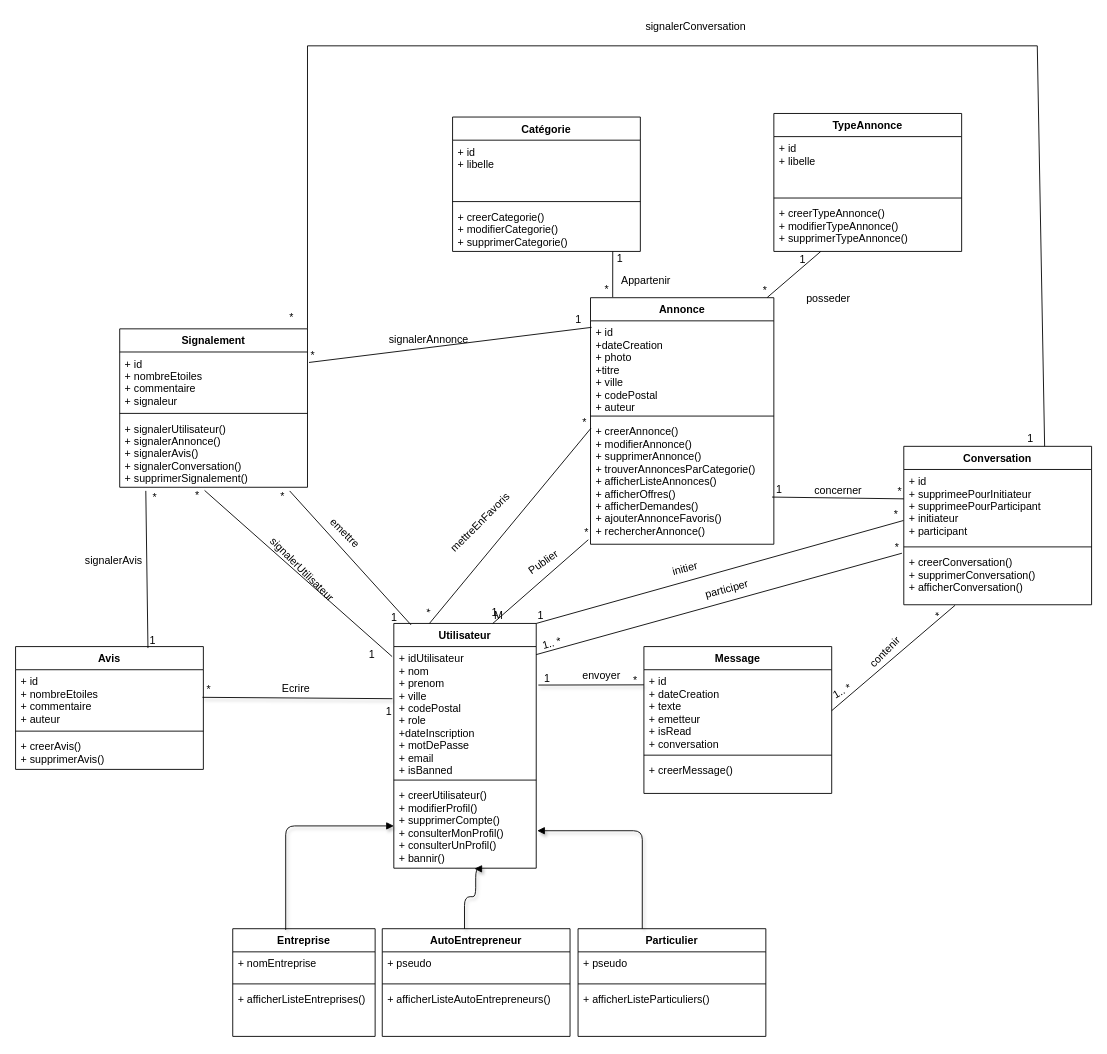
Above: class_diagram.dio in mayados/do4u (draw.io), before the change. Source tidied: cells renumbered, new cells numbered last; positions are measured from the earlier drawing's top-left corner, leaving out a move shared by most shapes. Both pictures are drawn from the tidied source at 89%, with x=0, y=0 at pixel (15, 15).
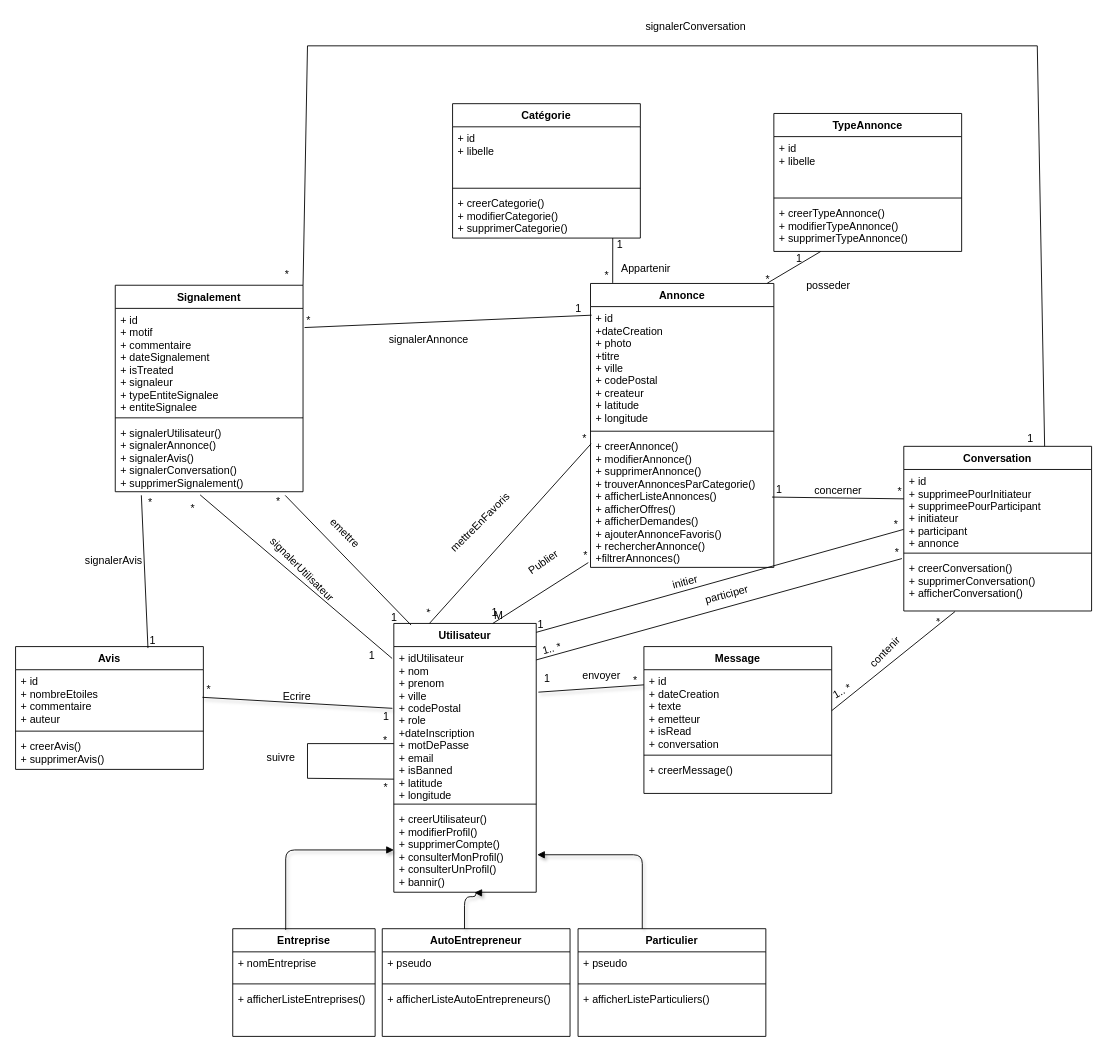
Above is the later version.

Commit message:
correct class diagramm and add elements

The change refers to these unchanged cells:
```xml
<mxCell id="49" style="endArrow=none;html=1;rounded=0;align=center;verticalAlign=top;endFill=0;labelBackgroundColor=none;shadow=1;sketch=0;strokeColor=#000000;entryX=-0.01;entryY=0.401;entryDx=0;entryDy=0;entryPerimeter=0;" parent="1" edge="1" target="3">
  <mxGeometry relative="1" as="geometry">
    <mxPoint x="210" y="766" as="sourcePoint" />
  </mxGeometry>
</mxCell>
<mxCell id="72" style="endArrow=none;html=1;rounded=0;strokeColor=#000000;fontColor=#000000;exitX=0.964;exitY=-0.001;exitDx=0;exitDy=0;exitPerimeter=0;entryX=0.25;entryY=1;entryDx=0;entryDy=0;" parent="1" edge="1" source="6" target="38">
  <mxGeometry relative="1" as="geometry" />
</mxCell>
<mxCell id="100" style="endArrow=none;html=1;rounded=0;strokeColor=#000000;fontColor=#000000;entryX=-0.012;entryY=0.077;entryDx=0;entryDy=0;entryPerimeter=0;exitX=0.452;exitY=1.045;exitDx=0;exitDy=0;exitPerimeter=0;" parent="1" edge="1" source="37" target="3">
  <mxGeometry relative="1" as="geometry" />
</mxCell>
```

The edit, as a diff of the source:
```diff
@@
     <mxCell id="2" value="Utilisateur&#10;" style="swimlane;fontStyle=1;align=center;verticalAlign=top;horizontal=1;startSize=26;strokeColor=#000000;" parent="1" vertex="1">
-      <mxGeometry x="425" y="683" width="160" height="275" as="geometry" />
+      <mxGeometry x="425" y="683" width="160" height="302" as="geometry" />
     </mxCell>
-    <mxCell id="3" value="+ idUtilisateur&#10;+ nom&#10;+ prenom&#10;+ ville&#10;+ codePostal&#10;+ role&#10;+dateInscription&#10;+ motDePasse&#10;+ email&#10;+ isBanned" style="text;strokeColor=none;fillColor=none;align=left;verticalAlign=top;spacingLeft=4;spacingRight=4;overflow=hidden;points=[[0,0.5],[1,0.5]];portConstraint=eastwest;fontColor=#000000;" parent="2" vertex="1">
-      <mxGeometry y="26" width="160" height="146" as="geometry" />
+    <mxCell id="3" value="+ idUtilisateur&#10;+ nom&#10;+ prenom&#10;+ ville&#10;+ codePostal&#10;+ role&#10;+dateInscription&#10;+ motDePasse&#10;+ email&#10;+ isBanned&#10;+ latitude&#10;+ longitude" style="text;strokeColor=none;fillColor=none;align=left;verticalAlign=top;spacingLeft=4;spacingRight=4;overflow=hidden;points=[[0,0.5],[1,0.5]];portConstraint=eastwest;fontColor=#000000;" parent="2" vertex="1">
+      <mxGeometry y="26" width="160" height="173" as="geometry" />
     </mxCell>
     <mxCell id="4" style="line;strokeWidth=1;fillColor=none;align=left;verticalAlign=middle;spacingTop=-1;spacingLeft=3;spacingRight=3;labelPosition=right;strokeColor=inherit;" parent="2" vertex="1">
-      <mxGeometry y="172" width="160" height="8" as="geometry" />
+      <mxGeometry y="199" width="160" height="8" as="geometry" />
     </mxCell>
     <mxCell id="5" value="+ creerUtilisateur()&#10;+ modifierProfil()&#10;+ supprimerCompte()&#10;+ consulterMonProfil()&#10;+ consulterUnProfil()&#10;+ bannir()" style="text;strokeColor=none;fillColor=none;align=left;verticalAlign=top;spacingLeft=4;spacingRight=4;overflow=hidden;points=[[0,0.5],[1,0.5]];portConstraint=eastwest;fontColor=#000000;" parent="2" vertex="1">
-      <mxGeometry y="180" width="160" height="95" as="geometry" />
+      <mxGeometry y="207" width="160" height="95" as="geometry" />
     </mxCell>
     <mxCell id="6" value="Annonce" style="swimlane;fontStyle=1;align=center;verticalAlign=top;horizontal=1;startSize=26;strokeColor=#000000;" parent="1" vertex="1">
-      <mxGeometry x="646" y="317" width="206" height="277" as="geometry" />
+      <mxGeometry x="646" y="301" width="206" height="319" as="geometry" />
     </mxCell>
-    <mxCell id="7" value="+ id&#10;+dateCreation&#10;+ photo&#10;+titre&#10;+ ville&#10;+ codePostal&#10;+ auteur&#10;" style="text;strokeColor=none;fillColor=none;align=left;verticalAlign=top;spacingLeft=4;spacingRight=4;overflow=hidden;points=[[0,0.5],[1,0.5]];portConstraint=eastwest;fontColor=#000000;" parent="6" vertex="1">
-      <mxGeometry y="26" width="206" height="103" as="geometry" />
+    <mxCell id="7" value="+ id&#10;+dateCreation&#10;+ photo&#10;+titre&#10;+ ville&#10;+ codePostal&#10;+ createur&#10;+ latitude&#10;+ longitude&#10;" style="text;strokeColor=none;fillColor=none;align=left;verticalAlign=top;spacingLeft=4;spacingRight=4;overflow=hidden;points=[[0,0.5],[1,0.5]];portConstraint=eastwest;fontColor=#000000;" parent="6" vertex="1">
+      <mxGeometry y="26" width="206" height="136" as="geometry" />
     </mxCell>
     <mxCell id="8" style="line;strokeWidth=1;fillColor=none;align=left;verticalAlign=middle;spacingTop=-1;spacingLeft=3;spacingRight=3;labelPosition=right;strokeColor=inherit;" parent="6" vertex="1">
-      <mxGeometry y="129" width="206" height="8" as="geometry" />
+      <mxGeometry y="162" width="206" height="8" as="geometry" />
     </mxCell>
-    <mxCell id="9" value="+ creerAnnonce()&#10;+ modifierAnnonce()&#10;+ supprimerAnnonce()&#10;+ trouverAnnoncesParCategorie()&#10;+ afficherListeAnnonces()&#10;+ afficherOffres()&#10;+ afficherDemandes()&#10;+ ajouterAnnonceFavoris()&#10;+ rechercherAnnonce()" style="text;strokeColor=none;fillColor=none;align=left;verticalAlign=top;spacingLeft=4;spacingRight=4;overflow=hidden;points=[[0,0.5],[1,0.5]];portConstraint=eastwest;fontColor=#000000;" parent="6" vertex="1">
-      <mxGeometry y="137" width="206" height="140" as="geometry" />
+    <mxCell id="9" value="+ creerAnnonce()&#10;+ modifierAnnonce()&#10;+ supprimerAnnonce()&#10;+ trouverAnnoncesParCategorie()&#10;+ afficherListeAnnonces()&#10;+ afficherOffres()&#10;+ afficherDemandes()&#10;+ ajouterAnnonceFavoris()&#10;+ rechercherAnnonce()&#10;+filtrerAnnonces()" style="text;strokeColor=none;fillColor=none;align=left;verticalAlign=top;spacingLeft=4;spacingRight=4;overflow=hidden;points=[[0,0.5],[1,0.5]];portConstraint=eastwest;fontColor=#000000;" parent="6" vertex="1">
+      <mxGeometry y="170" width="206" height="149" as="geometry" />
     </mxCell>
@@
     <mxCell id="26" value="Conversation" style="swimlane;fontStyle=1;align=center;verticalAlign=top;horizontal=1;startSize=26;strokeColor=#000000;" parent="1" vertex="1">
-      <mxGeometry x="998" y="484" width="211" height="178" as="geometry" />
+      <mxGeometry x="998" y="484" width="211" height="185" as="geometry" />
     </mxCell>
-    <mxCell id="27" value="+ id&#10;+ supprimeePourInitiateur&#10;+ supprimeePourParticipant&#10;+ initiateur&#10;+ participant" style="text;strokeColor=none;fillColor=none;align=left;verticalAlign=top;spacingLeft=4;spacingRight=4;overflow=hidden;points=[[0,0.5],[1,0.5]];portConstraint=eastwest;fontColor=#000000;" parent="26" vertex="1">
-      <mxGeometry y="26" width="211" height="83" as="geometry" />
+    <mxCell id="27" value="+ id&#10;+ supprimeePourInitiateur&#10;+ supprimeePourParticipant&#10;+ initiateur&#10;+ participant&#10;+ annonce" style="text;strokeColor=none;fillColor=none;align=left;verticalAlign=top;spacingLeft=4;spacingRight=4;overflow=hidden;points=[[0,0.5],[1,0.5]];portConstraint=eastwest;fontColor=#000000;" parent="26" vertex="1">
+      <mxGeometry y="26" width="211" height="90" as="geometry" />
     </mxCell>
     <mxCell id="28" style="line;strokeWidth=1;fillColor=none;align=left;verticalAlign=middle;spacingTop=-1;spacingLeft=3;spacingRight=3;labelPosition=right;strokeColor=inherit;" parent="26" vertex="1">
-      <mxGeometry y="109" width="211" height="8" as="geometry" />
+      <mxGeometry y="116" width="211" height="8" as="geometry" />
     </mxCell>
     <mxCell id="29" value="+ creerConversation()&#10;+ supprimerConversation()&#10;+ afficherConversation()" style="text;strokeColor=none;fillColor=none;align=left;verticalAlign=top;spacingLeft=4;spacingRight=4;overflow=hidden;points=[[0,0.5],[1,0.5]];portConstraint=eastwest;fontColor=#000000;" parent="26" vertex="1">
-      <mxGeometry y="117" width="211" height="61" as="geometry" />
+      <mxGeometry y="124" width="211" height="61" as="geometry" />
     </mxCell>
@@
     <mxCell id="34" value="Signalement" style="swimlane;fontStyle=1;align=center;verticalAlign=top;horizontal=1;startSize=26;strokeColor=#000000;" parent="1" vertex="1">
-      <mxGeometry x="117" y="352" width="211" height="178" as="geometry" />
+      <mxGeometry x="112" y="303" width="211" height="232" as="geometry" />
     </mxCell>
-    <mxCell id="35" value="+ id&#10;+ nombreEtoiles&#10;+ commentaire&#10;+ signaleur" style="text;strokeColor=none;fillColor=none;align=left;verticalAlign=top;spacingLeft=4;spacingRight=4;overflow=hidden;points=[[0,0.5],[1,0.5]];portConstraint=eastwest;fontColor=#000000;" parent="34" vertex="1">
-      <mxGeometry y="26" width="211" height="65" as="geometry" />
+    <mxCell id="35" value="+ id&#10;+ motif&#10;+ commentaire&#10;+ dateSignalement&#10;+ isTreated&#10;+ signaleur&#10;+ typeEntiteSignalee&#10;+ entiteSignalee&#10;" style="text;strokeColor=none;fillColor=none;align=left;verticalAlign=top;spacingLeft=4;spacingRight=4;overflow=hidden;points=[[0,0.5],[1,0.5]];portConstraint=eastwest;fontColor=#000000;" parent="34" vertex="1">
+      <mxGeometry y="26" width="211" height="119" as="geometry" />
     </mxCell>
     <mxCell id="36" style="line;strokeWidth=1;fillColor=none;align=left;verticalAlign=middle;spacingTop=-1;spacingLeft=3;spacingRight=3;labelPosition=right;strokeColor=inherit;" parent="34" vertex="1">
-      <mxGeometry y="91" width="211" height="8" as="geometry" />
+      <mxGeometry y="145" width="211" height="8" as="geometry" />
     </mxCell>
     <mxCell id="37" value="+ signalerUtilisateur()&#10;+ signalerAnnonce()&#10;+ signalerAvis()&#10;+ signalerConversation()&#10;+ supprimerSignalement()" style="text;strokeColor=none;fillColor=none;align=left;verticalAlign=top;spacingLeft=4;spacingRight=4;overflow=hidden;points=[[0,0.5],[1,0.5]];portConstraint=eastwest;fontColor=#000000;" parent="34" vertex="1">
-      <mxGeometry y="99" width="211" height="79" as="geometry" />
+      <mxGeometry y="153" width="211" height="79" as="geometry" />
     </mxCell>
@@
     <mxCell id="42" value="Catégorie" style="swimlane;fontStyle=1;align=center;verticalAlign=top;horizontal=1;startSize=26;strokeColor=#000000;" parent="1" vertex="1">
-      <mxGeometry x="491" y="114" width="211" height="151" as="geometry" />
+      <mxGeometry x="491" y="99" width="211" height="151" as="geometry" />
     </mxCell>
@@
     <mxCell id="53" value="&lt;font color=&quot;#000000&quot;&gt;1&lt;/font&gt;" style="html=1;align=right;verticalAlign=top;labelBackgroundColor=none;" parent="49" vertex="1">
-      <mxGeometry x="1" relative="1" as="geometry" />
+      <mxGeometry x="1" relative="1" as="geometry">
+        <mxPoint x="-4" y="-4" as="offset" />
+      </mxGeometry>
     </mxCell>
@@
     <mxCell id="71" value="Appartenir" style="text;html=1;align=center;verticalAlign=middle;strokeColor=none;fillColor=none;fontColor=#000000;" parent="1" vertex="1">
-      <mxGeometry x="671" y="285" width="73" height="26" as="geometry" />
+      <mxGeometry x="671" y="272" width="73" height="26" as="geometry" />
     </mxCell>
@@
     <mxCell id="73" value="*" style="html=1;align=left;verticalAlign=bottom;fontColor=#000000;" parent="72" vertex="1">
       <mxGeometry x="-1" relative="1" as="geometry">
-        <mxPoint x="-7" as="offset" />
+        <mxPoint x="-4" y="4" as="offset" />
       </mxGeometry>
     </mxCell>
     <mxCell id="74" value="1" style="html=1;align=right;verticalAlign=bottom;fontColor=#000000;" parent="72" vertex="1">
       <mxGeometry x="1" relative="1" as="geometry">
-        <mxPoint x="-16" y="18" as="offset" />
+        <mxPoint x="-21" y="16" as="offset" />
       </mxGeometry>
     </mxCell>
     <mxCell id="75" value="posseder" style="text;html=1;align=center;verticalAlign=middle;strokeColor=none;fillColor=none;fontColor=#000000;" parent="1" vertex="1">
-      <mxGeometry x="879" y="305" width="67" height="26" as="geometry" />
+      <mxGeometry x="879" y="291" width="67" height="26" as="geometry" />
     </mxCell>
@@
-    <mxCell id="80" style="endArrow=none;html=1;rounded=0;strokeColor=#000000;fontColor=#000000;exitX=1;exitY=0;exitDx=0;exitDy=0;entryX=-0.002;entryY=0.691;entryDx=0;entryDy=0;entryPerimeter=0;" parent="1" edge="1" source="2" target="27">
-      <mxGeometry relative="1" as="geometry" />
+    <mxCell id="80" style="endArrow=none;html=1;rounded=0;strokeColor=#000000;fontColor=#000000;exitX=1;exitY=0;exitDx=0;exitDy=0;entryX=-0.002;entryY=0.691;entryDx=0;entryDy=0;entryPerimeter=0;" parent="1" edge="1">
+      <mxGeometry relative="1" as="geometry">
+        <mxPoint x="585" y="693" as="sourcePoint" />
+        <mxPoint x="997.6" y="577.4" as="targetPoint" />
+      </mxGeometry>
     </mxCell>
@@
     <mxCell id="83" value="initier" style="text;html=1;align=center;verticalAlign=middle;strokeColor=none;fillColor=none;fontColor=#000000;rotation=-15;" parent="1" vertex="1">
-      <mxGeometry x="728" y="609" width="47" height="26" as="geometry" />
+      <mxGeometry x="728" y="624" width="47" height="26" as="geometry" />
     </mxCell>
     <mxCell id="84" style="endArrow=none;html=1;rounded=0;strokeColor=#000000;fontColor=#000000;entryX=-0.01;entryY=0.953;entryDx=0;entryDy=0;entryPerimeter=0;" parent="1" edge="1">
       <mxGeometry relative="1" as="geometry">
-        <mxPoint x="585" y="718" as="sourcePoint" />
-        <mxPoint x="995.9" y="604.1" as="targetPoint" />
+        <mxPoint x="585" y="724" as="sourcePoint" />
+        <mxPoint x="995.9" y="610.1" as="targetPoint" />
       </mxGeometry>
     </mxCell>
@@
     <mxCell id="87" value="participer" style="text;html=1;align=center;verticalAlign=middle;strokeColor=none;fillColor=none;fontColor=#000000;rotation=-15;" parent="1" vertex="1">
-      <mxGeometry x="765" y="632" width="67" height="26" as="geometry" />
+      <mxGeometry x="765" y="638" width="67" height="26" as="geometry" />
     </mxCell>
@@
     <mxCell id="101" value="*" style="html=1;align=left;verticalAlign=bottom;fontColor=#000000;" parent="100" vertex="1">
       <mxGeometry x="-1" relative="1" as="geometry">
-        <mxPoint x="-12" y="14" as="offset" />
+        <mxPoint x="-12" y="23" as="offset" />
       </mxGeometry>
     </mxCell>
@@
+    <mxCell id="112" style="endArrow=none;html=1;rounded=0;strokeColor=#000000;fontColor=#000000;exitX=0;exitY=0.861;exitDx=0;exitDy=0;exitPerimeter=0;" parent="1" edge="1" source="3">
+      <mxGeometry relative="1" as="geometry">
+        <mxPoint x="425" y="818" as="targetPoint" />
+        <Array as="points">
+          <mxPoint x="328" y="857" />
+          <mxPoint x="328" y="818" />
+        </Array>
+      </mxGeometry>
+    </mxCell>
+    <mxCell id="113" value="*" style="html=1;align=left;verticalAlign=bottom;fontColor=#000000;" parent="112" vertex="1">
+      <mxGeometry x="-1" relative="1" as="geometry">
+        <mxPoint x="-13" y="18" as="offset" />
+      </mxGeometry>
+    </mxCell>
+    <mxCell id="114" value="*" style="html=1;align=right;verticalAlign=bottom;fontColor=#000000;" parent="112" vertex="1">
+      <mxGeometry x="1" relative="1" as="geometry">
+        <mxPoint x="-7" y="5" as="offset" />
+      </mxGeometry>
+    </mxCell>
+    <mxCell id="115" value="suivre" style="text;html=1;align=center;verticalAlign=middle;strokeColor=none;fillColor=none;fontColor=#000000;" parent="1" vertex="1">
+      <mxGeometry x="273" y="821" width="50" height="26" as="geometry" />
+    </mxCell>
```
